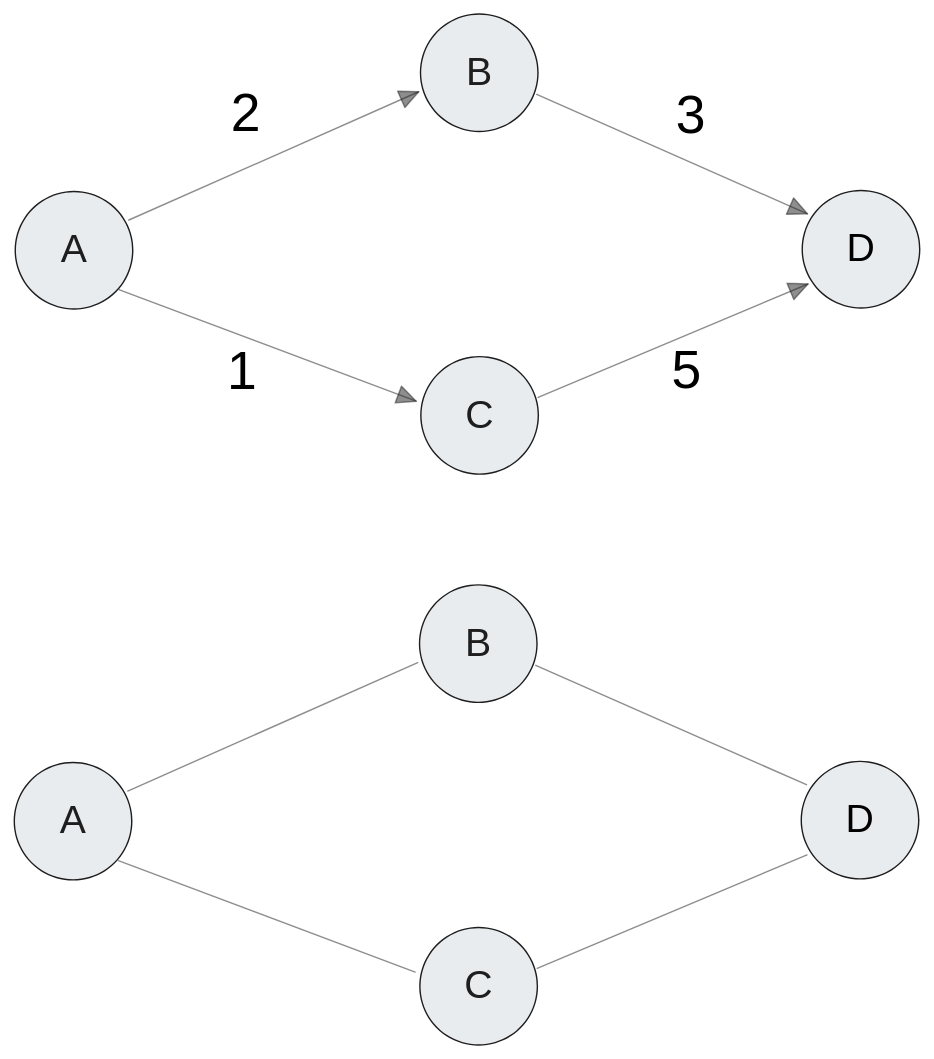
Before: figures/figure1.excalidraw.svg, a diagram exported from Excalidraw (mattlehrer/ev-routing). Source tidied: one line per element, renumbered; positions are measured from the earlier drawing's top-left corner, leaving out a move shared by most shapes.
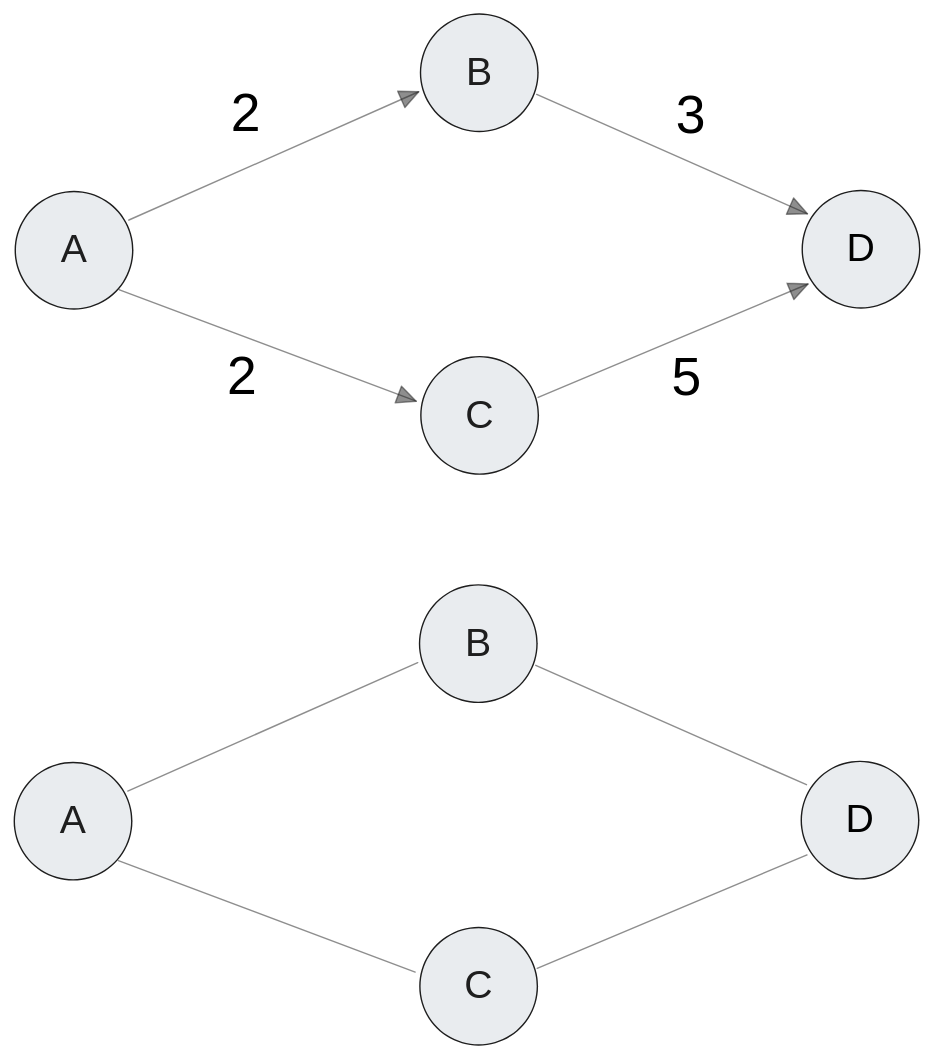
Later version of the same file.

Change to the diagram source:
```diff
@@ -12,8 +12,8 @@
 {"id": 11, "type": "arrow", "strokeColor": "#1e1e1e", "strokeWidth": 1, "roughness": 0, "opacity": 50, "endArrowhead": "triangle", "from": 0, "to": 6, "x": 75, "y": 197, "width": 212, "height": 80, "points": [[0, 0], [212, 80]]}
 {"id": 12, "type": "text", "text": "2", "strokeColor": "#000000", "strokeWidth": 1, "roughness": 1, "fontSize": 38.19, "fontFamily": 2, "x": 155, "y": 49, "width": 21, "height": 44}
 {"id": 13, "type": "text", "text": "3", "strokeColor": "#000000", "strokeWidth": 1, "roughness": 1, "fontSize": 38.19, "fontFamily": 2, "x": 473, "y": 50, "width": 21, "height": 44}
-{"id": 14, "type": "text", "text": "5", "strokeColor": "#000000", "strokeWidth": 1, "roughness": 1, "fontSize": 38.19, "fontFamily": 2, "x": 470, "y": 233, "width": 21, "height": 44}
+{"id": 14, "type": "text", "text": "5", "strokeColor": "#000000", "strokeWidth": 1, "roughness": 1, "fontSize": 38.19, "fontFamily": 2, "x": 470, "y": 238, "width": 21, "height": 44}
-{"id": 15, "type": "text", "text": "1", "strokeColor": "#000000", "strokeWidth": 1, "roughness": 1, "fontSize": 38.19, "fontFamily": 2, "x": 152, "y": 234, "width": 21, "height": 44}
+{"id": 15, "type": "text", "text": "2", "strokeColor": "#000000", "strokeWidth": 1, "roughness": 1, "fontSize": 38.19, "fontFamily": 2, "x": 152, "y": 238, "width": 21, "height": 44}
 {"id": 16, "type": "ellipse", "strokeColor": "#1e1e1e", "backgroundColor": "#e9ecef", "fillStyle": "solid", "strokeWidth": 1, "roughness": 0, "x": 0, "y": 535, "width": 84, "height": 84}
 {"id": 17, "type": "text", "text": "A", "strokeColor": "#1e1e1e", "strokeWidth": 1, "roughness": 0, "fontSize": 28, "fontFamily": 2, "textAlign": "center", "verticalAlign": "middle", "inside": 16, "x": 32, "y": 561, "width": 19, "height": 32}
 {"id": 18, "type": "arrow", "strokeColor": "#1e1e1e", "strokeWidth": 1, "roughness": 0, "opacity": 50, "from": 16, "to": 19, "x": 81, "y": 555, "width": 207, "height": 92, "points": [[0, 0], [207, -92]]}
```
